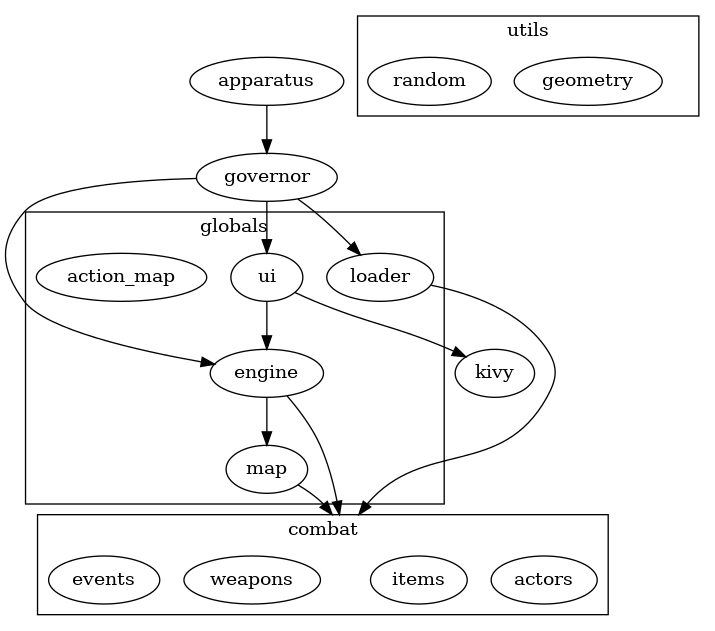
This is docs/deps.png from s0rta/revengate-new, a Graphviz export, as it was before one commit. Its source is kept beside it as docs/deps.dot.
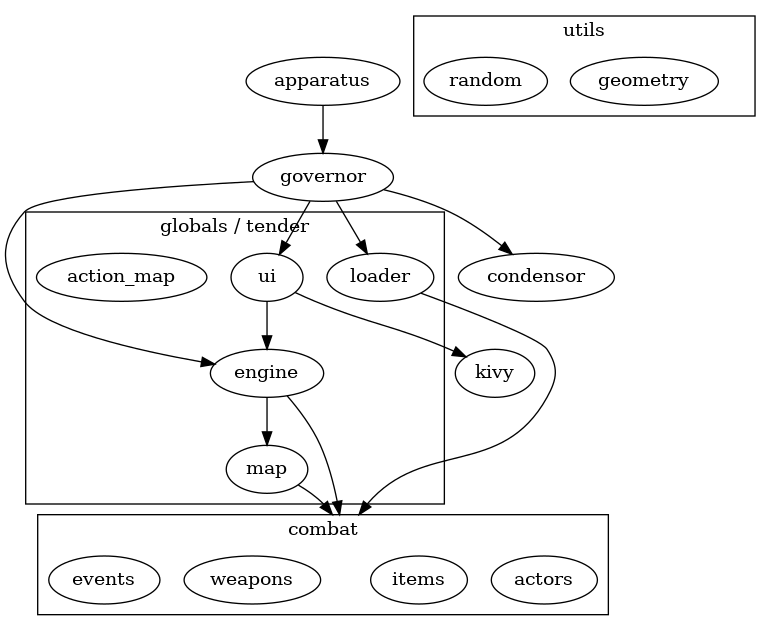
After the commit.

Diff of the diagram source:
```diff
@@ -5,13 +5,14 @@
     governor -> engine
     governor -> loader
     governor -> ui
+    governor -> condensor
     engine -> map
     loader
     ui -> kivy
     ui -> engine
 
     subgraph cluster_globals {
-        label = "globals"
+        label = "globals / tender"
         engine
         ui
         map
```
